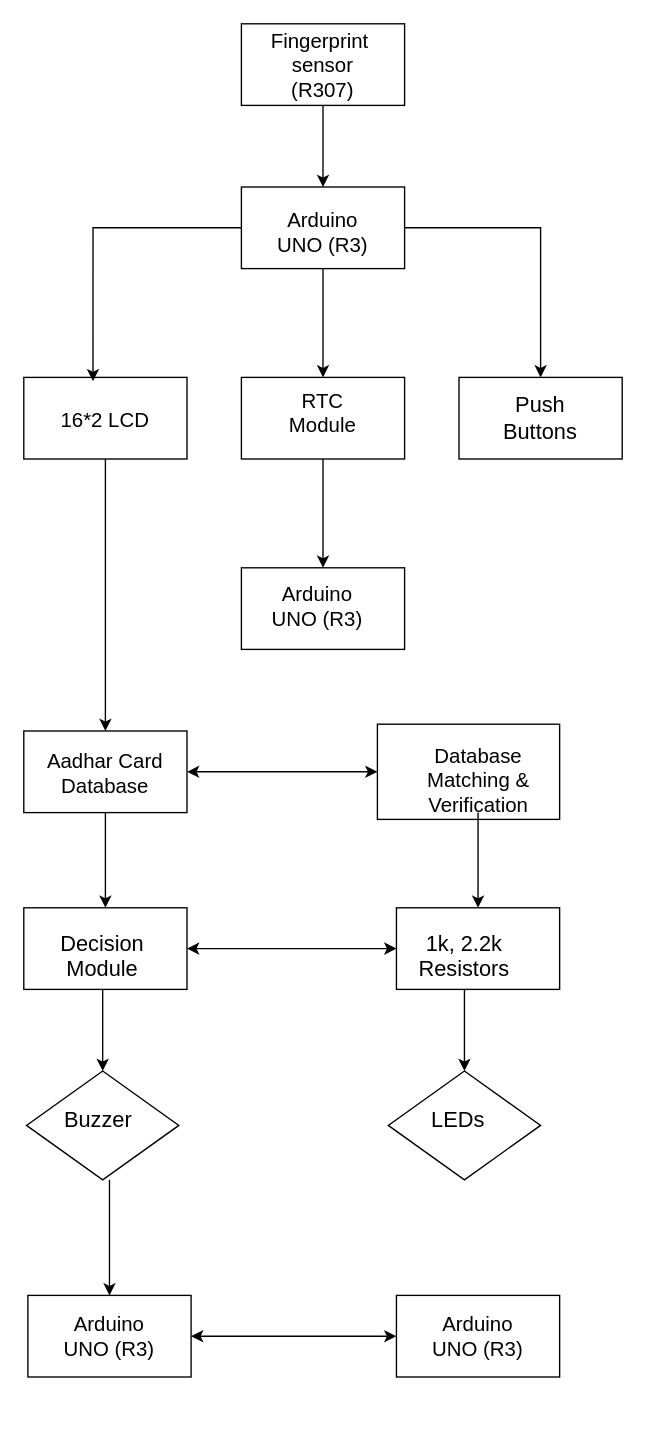
This is Untitled Diagram.drawio from himanshudhage/codsoft, a draw.io file, before an edit. Source tidied: cells renumbered, new cells numbered last; positions are measured from the earlier drawing's top-left corner, leaving out a move shared by most shapes. Both pictures are drawn from the tidied source at 136%, with x=0, y=0 at pixel (23, 23).
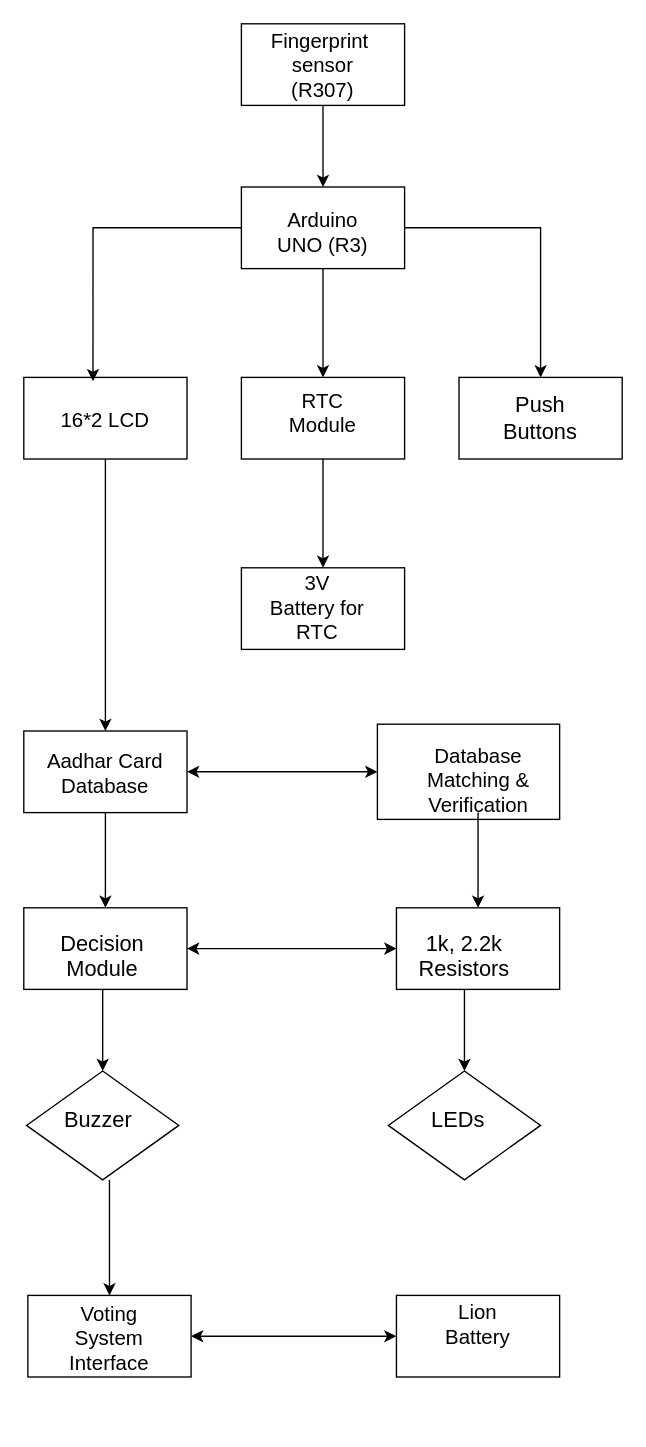
After the change.

Change to the diagram source:
```diff
@@
-    <mxCell id="17" value="Arduino UNO (R3) " style="text;strokeColor=none;align=center;fillColor=none;html=1;verticalAlign=middle;whiteSpace=wrap;rounded=0;fontSize=15;" parent="1" vertex="1">
-      <mxGeometry x="180" y="410" width="72" height="35" as="geometry" />
+    <mxCell id="17" value="&#10;3V Battery for RTC&#10;&#10;" style="text;strokeColor=none;align=center;fillColor=none;html=1;verticalAlign=middle;whiteSpace=wrap;rounded=0;fontSize=15;" parent="1" vertex="1">
+      <mxGeometry x="180" y="420" width="72" height="35" as="geometry" />
     </mxCell>
@@
-    <mxCell id="33" value="Arduino UNO (R3) " style="text;strokeColor=none;align=center;fillColor=none;html=1;verticalAlign=middle;whiteSpace=wrap;rounded=0;fontSize=15;" parent="1" vertex="1">
-      <mxGeometry x="25" y="950" width="76" height="30" as="geometry" />
+    <mxCell id="33" value="&#10; Voting System Interface&#10;&#10;" style="text;strokeColor=none;align=center;fillColor=none;html=1;verticalAlign=middle;whiteSpace=wrap;rounded=0;fontSize=15;" parent="1" vertex="1">
+      <mxGeometry x="25" y="960" width="76" height="30" as="geometry" />
     </mxCell>
@@
-    <mxCell id="35" value="Arduino UNO (R3) " style="text;strokeColor=none;align=center;fillColor=none;html=1;verticalAlign=middle;whiteSpace=wrap;rounded=0;fontSize=15;" parent="1" vertex="1">
+    <mxCell id="35" value="&#10;Lion Battery &#10;&#10;" style="text;strokeColor=none;align=center;fillColor=none;html=1;verticalAlign=middle;whiteSpace=wrap;rounded=0;fontSize=15;" parent="1" vertex="1">
       <mxGeometry x="296" y="950" width="76" height="30" as="geometry" />
     </mxCell>
```
